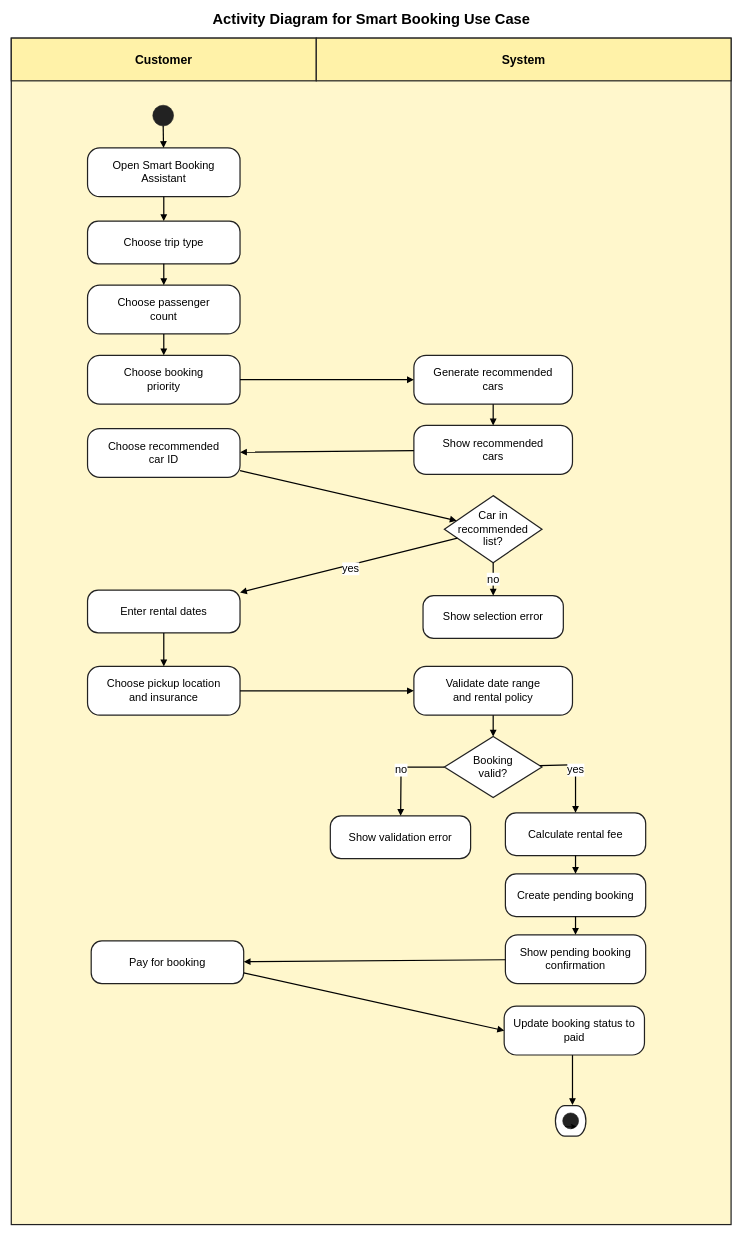
The draw.io diagram Assessment1/diagrams/smart_booking_activity_diagram.drawio in aimeefan99/MSE800-Python-SmartDriveCarRentalSystem, before the edit. Source tidied: cells renumbered, new cells numbered last; positions are measured from the earlier drawing's top-left corner, leaving out a move shared by most shapes. Both pictures are drawn from the tidied source at 61%, with x=0, y=0 at pixel (11, 10).
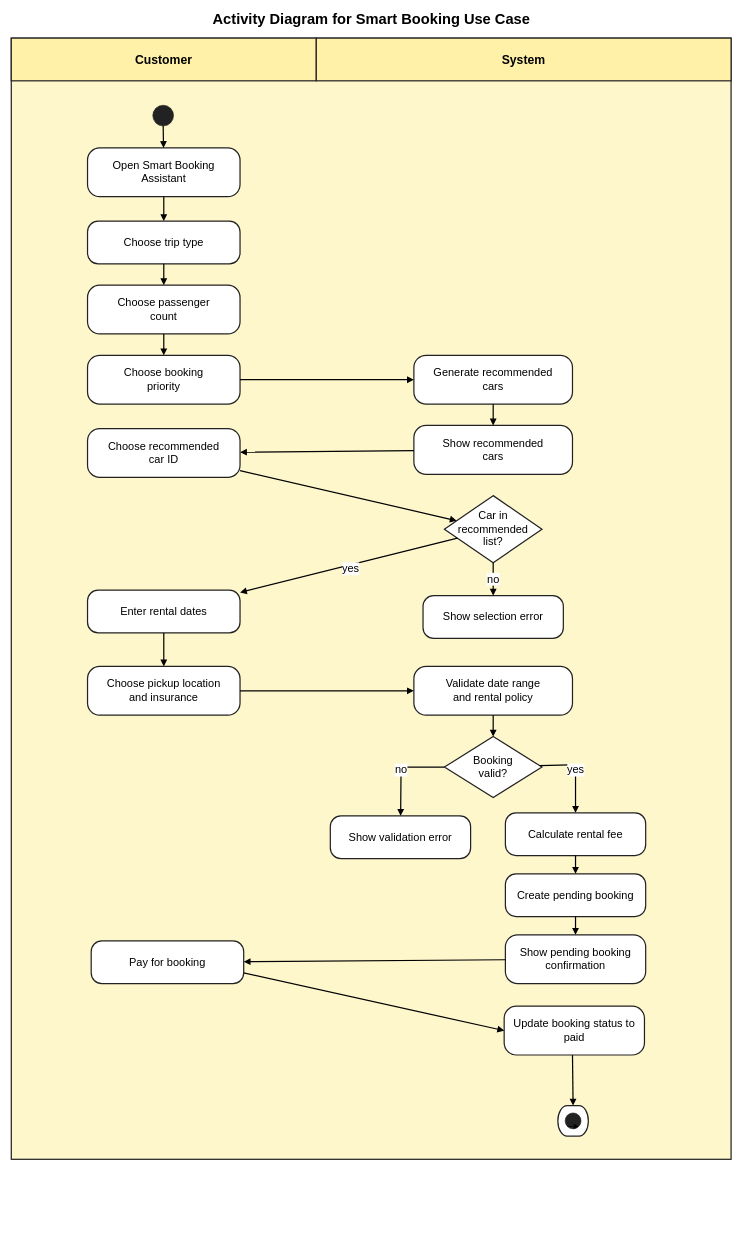
The same diagram, later.

What changed in the source:
```diff
@@
-<mxGraphModel background="#FFFFFF">
+<mxGraphModel background="#ffffff">
@@
     <mxCell id="2" style="rounded=0;whiteSpace=wrap;html=1;fillColor=#fff7cc;strokeColor=#222222;strokeWidth=2;" parent="1" vertex="1">
-      <mxGeometry y="45" width="1180" height="1945" as="geometry" />
+      <mxGeometry y="45" width="1180" height="1838" as="geometry" />
     </mxCell>
@@
     <mxCell id="25" style="shape=mxgraph.flowchart.terminator;size=22;fillColor=#ffffff;strokeColor=#222222;strokeWidth=2;" parent="1" vertex="1">
-      <mxGeometry x="892" y="1795" width="50" height="50" as="geometry" />
+      <mxGeometry x="896" y="1795" width="50" height="50" as="geometry" />
     </mxCell>
     <mxCell id="26" style="ellipse;whiteSpace=wrap;html=1;fillColor=#222222;strokeColor=#222222;" parent="1" vertex="1">
-      <mxGeometry x="904" y="1807" width="26" height="26" as="geometry" />
+      <mxGeometry x="908" y="1807" width="26" height="26" as="geometry" />
     </mxCell>
@@
-    <mxCell id="45" style="endArrow=block;html=1;strokeWidth=2;" parent="1" edge="1">
+    <mxCell id="45" style="endArrow=block;html=1;strokeWidth=2;entryX=0.5;entryY=0;entryDx=0;entryDy=0;entryPerimeter=0;" parent="1" edge="1" target="25">
       <mxGeometry relative="1" as="geometry">
         <mxPoint x="920" y="1712" as="sourcePoint" />
-        <mxPoint x="920" y="1794" as="targetPoint" />
       </mxGeometry>
     </mxCell>
```
